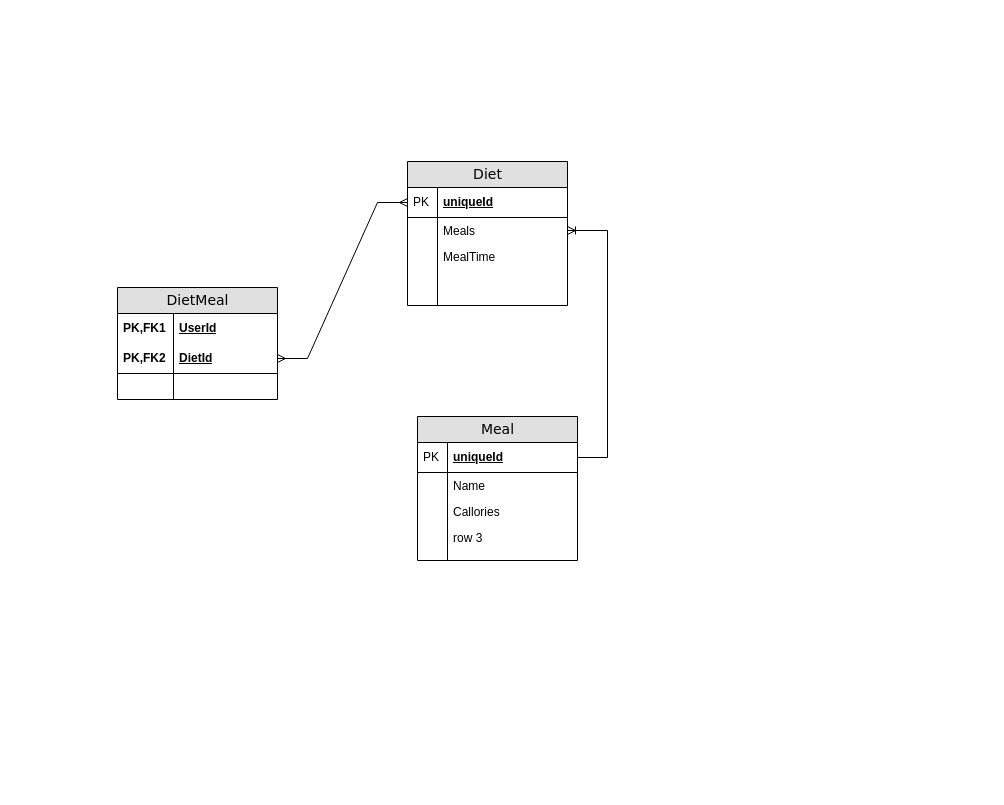
This is otus.csharp.dev/Диаграмма без названия.drawio from lasm16/Diagrams, a draw.io file, before an edit. Source tidied: cells renumbered, new cells numbered last; positions are measured from the earlier drawing's top-left corner, leaving out a move shared by most shapes. Both pictures are drawn from the tidied source at 100%, with x=0, y=0 at pixel (117, 161).
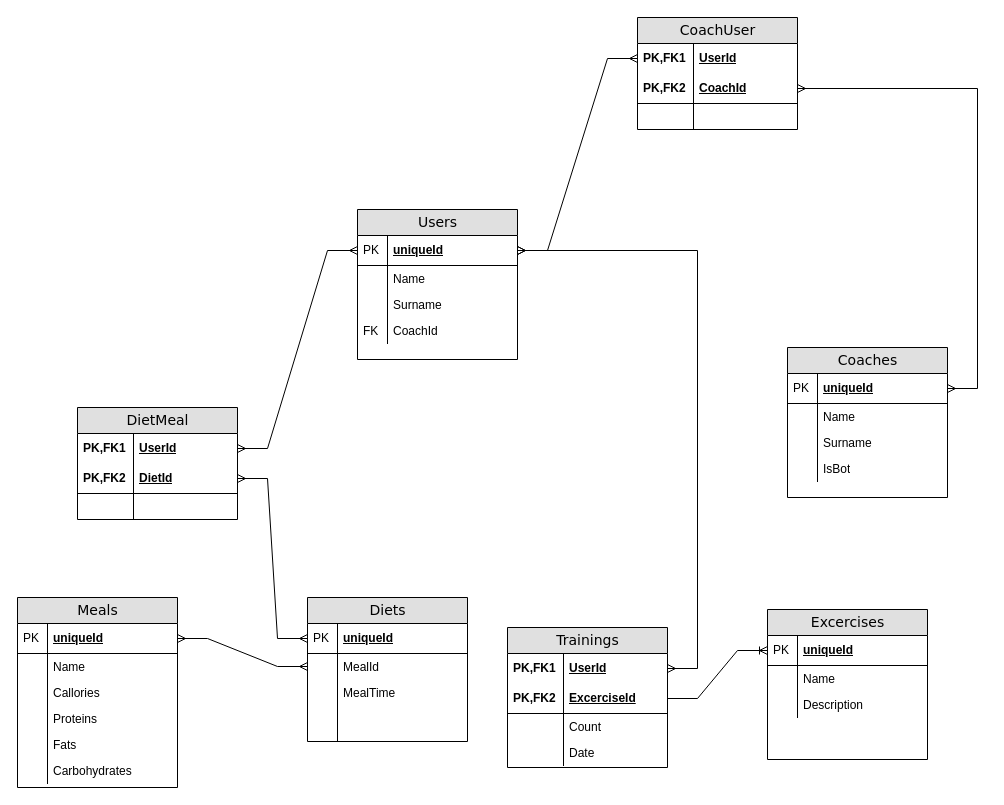
Above is the later version.

The change refers to these unchanged cells:
```xml
<mxCell id="3" value="UserId" style="shape=partialRectangle;top=0;left=0;right=0;bottom=0;html=1;align=left;verticalAlign=middle;fillColor=none;spacingLeft=60;spacingRight=4;whiteSpace=wrap;overflow=hidden;points=[[0,0.5],[1,0.5]];portConstraint=eastwest;fontStyle=5;" parent="2" vertex="1">
  <mxGeometry y="26" width="160" height="30" as="geometry" />
</mxCell>
<mxCell id="5" value="DietId" style="shape=partialRectangle;top=0;left=0;right=0;bottom=1;html=1;align=left;verticalAlign=middle;fillColor=none;spacingLeft=60;spacingRight=4;whiteSpace=wrap;overflow=hidden;points=[[0,0.5],[1,0.5]];portConstraint=eastwest;fontStyle=5;" parent="2" vertex="1">
  <mxGeometry y="56" width="160" height="30" as="geometry" />
</mxCell>
<mxCell id="10" value="uniqueId" style="shape=partialRectangle;top=0;left=0;right=0;bottom=1;html=1;align=left;verticalAlign=middle;fillColor=none;spacingLeft=34;spacingRight=4;whiteSpace=wrap;overflow=hidden;points=[[0,0.5],[1,0.5]];portConstraint=eastwest;fontStyle=5;" parent="9" vertex="1">
  <mxGeometry y="26" width="160" height="30" as="geometry" />
</mxCell>
<mxCell id="19" value="uniqueId" style="shape=partialRectangle;top=0;left=0;right=0;bottom=1;html=1;align=left;verticalAlign=middle;fillColor=none;spacingLeft=34;spacingRight=4;whiteSpace=wrap;overflow=hidden;points=[[0,0.5],[1,0.5]];portConstraint=eastwest;fontStyle=5;" parent="18" vertex="1">
  <mxGeometry y="26" width="160" height="30" as="geometry" />
</mxCell>
```

Diff of the diagram source:
```diff
@@
     <mxCell id="2" value="DietMeal" style="swimlane;html=1;fontStyle=0;horizontal=1;startSize=26;fillColor=#e0e0e0;swimlaneFillColor=#ffffff;align=center;rounded=0;shadow=0;comic=0;labelBackgroundColor=none;strokeWidth=1;fontFamily=Verdana;fontSize=14;" parent="1" vertex="1">
-      <mxGeometry y="126" width="160" height="112" as="geometry" />
+      <mxGeometry x="-40" y="246" width="160" height="112" as="geometry" />
     </mxCell>
@@
-    <mxCell id="9" value="Diet" style="swimlane;html=1;fontStyle=0;horizontal=1;startSize=26;fillColor=#e0e0e0;swimlaneFillColor=#ffffff;align=center;rounded=0;shadow=0;comic=0;labelBackgroundColor=none;strokeWidth=1;fontFamily=Verdana;fontSize=14;swimlaneLine=1;" parent="1" vertex="1">
-      <mxGeometry x="290" width="160" height="144" as="geometry" />
+    <mxCell id="9" value="Diets" style="swimlane;html=1;fontStyle=0;horizontal=1;startSize=26;fillColor=#e0e0e0;swimlaneFillColor=#ffffff;align=center;rounded=0;shadow=0;comic=0;labelBackgroundColor=none;strokeWidth=1;fontFamily=Verdana;fontSize=14;swimlaneLine=1;" parent="1" vertex="1">
+      <mxGeometry x="190" y="436" width="160" height="144" as="geometry" />
     </mxCell>
@@
-    <mxCell id="12" value="Meals" style="shape=partialRectangle;top=0;left=0;right=0;bottom=0;html=1;align=left;verticalAlign=top;fillColor=none;spacingLeft=34;spacingRight=4;whiteSpace=wrap;overflow=hidden;points=[[0,0.5],[1,0.5]];portConstraint=eastwest;" parent="9" vertex="1">
+    <mxCell id="12" value="MealId" style="shape=partialRectangle;top=0;left=0;right=0;bottom=0;html=1;align=left;verticalAlign=top;fillColor=none;spacingLeft=34;spacingRight=4;whiteSpace=wrap;overflow=hidden;points=[[0,0.5],[1,0.5]];portConstraint=eastwest;" parent="9" vertex="1">
       <mxGeometry y="56" width="160" height="26" as="geometry" />
     </mxCell>
@@
+    <mxCell id="30" style="edgeStyle=entityRelationEdgeStyle;fontSize=12;html=1;endArrow=ERmany;startArrow=ERmany;rounded=0;" parent="1" edge="1" source="5" target="10">
+      <mxGeometry relative="1" as="geometry">
+        <Array as="points">
+          <mxPoint x="360" y="86" />
+        </Array>
+      </mxGeometry>
+    </mxCell>
+    <mxCell id="31" value="Users" style="swimlane;html=1;fontStyle=0;horizontal=1;startSize=26;fillColor=#e0e0e0;swimlaneFillColor=#ffffff;align=center;rounded=0;shadow=0;comic=0;labelBackgroundColor=none;strokeWidth=1;fontFamily=Verdana;fontSize=14;swimlaneLine=1;" parent="1" vertex="1">
+      <mxGeometry x="240" y="48" width="160" height="150" as="geometry" />
+    </mxCell>
+    <mxCell id="32" value="uniqueId" style="shape=partialRectangle;top=0;left=0;right=0;bottom=1;html=1;align=left;verticalAlign=middle;fillColor=none;spacingLeft=34;spacingRight=4;whiteSpace=wrap;overflow=hidden;points=[[0,0.5],[1,0.5]];portConstraint=eastwest;fontStyle=5;" parent="31" vertex="1">
+      <mxGeometry y="26" width="160" height="30" as="geometry" />
+    </mxCell>
+    <mxCell id="33" value="PK" style="shape=partialRectangle;top=0;left=0;bottom=0;html=1;fillColor=none;align=left;verticalAlign=middle;spacingLeft=4;spacingRight=4;whiteSpace=wrap;overflow=hidden;" parent="32" vertex="1">
+      <mxGeometry width="30" height="30" as="geometry" />
+    </mxCell>
+    <mxCell id="34" value="Name" style="shape=partialRectangle;top=0;left=0;right=0;bottom=0;html=1;align=left;verticalAlign=top;fillColor=none;spacingLeft=34;spacingRight=4;whiteSpace=wrap;overflow=hidden;" parent="31" vertex="1">
+      <mxGeometry y="56" width="160" height="26" as="geometry" />
+    </mxCell>
+    <mxCell id="35" style="shape=partialRectangle;top=0;left=0;bottom=0;html=1;fillColor=none;align=left;verticalAlign=top;spacingLeft=4;spacingRight=4;whiteSpace=wrap;overflow=hidden;" parent="34" vertex="1">
+      <mxGeometry width="30" height="26" as="geometry" />
+    </mxCell>
+    <mxCell id="36" value="Surname" style="shape=partialRectangle;top=0;left=0;right=0;bottom=0;html=1;align=left;verticalAlign=top;fillColor=none;spacingLeft=34;spacingRight=4;whiteSpace=wrap;overflow=hidden;" parent="31" vertex="1">
+      <mxGeometry y="82" width="160" height="26" as="geometry" />
+    </mxCell>
+    <mxCell id="37" style="shape=partialRectangle;top=0;left=0;bottom=0;html=1;fillColor=none;align=left;verticalAlign=top;spacingLeft=4;spacingRight=4;whiteSpace=wrap;overflow=hidden;" parent="36" vertex="1">
+      <mxGeometry width="30" height="26" as="geometry" />
+    </mxCell>
+    <mxCell id="38" value="CoachId" style="shape=partialRectangle;top=0;left=0;right=0;bottom=0;html=1;align=left;verticalAlign=top;fillColor=none;spacingLeft=34;spacingRight=4;whiteSpace=wrap;overflow=hidden;" parent="31" vertex="1">
+      <mxGeometry y="108" width="160" height="26" as="geometry" />
+    </mxCell>
+    <mxCell id="39" value="FK" style="shape=partialRectangle;top=0;left=0;bottom=0;html=1;fillColor=none;align=left;verticalAlign=top;spacingLeft=4;spacingRight=4;whiteSpace=wrap;overflow=hidden;" parent="38" vertex="1">
+      <mxGeometry width="30" height="26" as="geometry" />
+    </mxCell>
+    <mxCell id="40" value="Excercises" style="swimlane;html=1;fontStyle=0;horizontal=1;startSize=26;fillColor=#e0e0e0;swimlaneFillColor=#ffffff;align=center;rounded=0;shadow=0;comic=0;labelBackgroundColor=none;strokeWidth=1;fontFamily=Verdana;fontSize=14;swimlaneLine=1;" parent="1" vertex="1">
+      <mxGeometry x="650" y="448" width="160" height="150" as="geometry" />
+    </mxCell>
+    <mxCell id="41" value="uniqueId" style="shape=partialRectangle;top=0;left=0;right=0;bottom=1;html=1;align=left;verticalAlign=middle;fillColor=none;spacingLeft=34;spacingRight=4;whiteSpace=wrap;overflow=hidden;points=[[0,0.5],[1,0.5]];portConstraint=eastwest;fontStyle=5;" parent="40" vertex="1">
+      <mxGeometry y="26" width="160" height="30" as="geometry" />
+    </mxCell>
+    <mxCell id="42" value="PK" style="shape=partialRectangle;top=0;left=0;bottom=0;html=1;fillColor=none;align=left;verticalAlign=middle;spacingLeft=4;spacingRight=4;whiteSpace=wrap;overflow=hidden;" parent="41" vertex="1">
+      <mxGeometry width="30" height="30" as="geometry" />
+    </mxCell>
+    <mxCell id="43" value="Name" style="shape=partialRectangle;top=0;left=0;right=0;bottom=0;html=1;align=left;verticalAlign=top;fillColor=none;spacingLeft=34;spacingRight=4;whiteSpace=wrap;overflow=hidden;" parent="40" vertex="1">
+      <mxGeometry y="56" width="160" height="26" as="geometry" />
+    </mxCell>
+    <mxCell id="44" style="shape=partialRectangle;top=0;left=0;bottom=0;html=1;fillColor=none;align=left;verticalAlign=top;spacingLeft=4;spacingRight=4;whiteSpace=wrap;overflow=hidden;" parent="43" vertex="1">
+      <mxGeometry width="30" height="26" as="geometry" />
+    </mxCell>
+    <mxCell id="45" value="Description" style="shape=partialRectangle;top=0;left=0;right=0;bottom=0;html=1;align=left;verticalAlign=top;fillColor=none;spacingLeft=34;spacingRight=4;whiteSpace=wrap;overflow=hidden;" parent="40" vertex="1">
+      <mxGeometry y="82" width="160" height="26" as="geometry" />
+    </mxCell>
+    <mxCell id="46" style="shape=partialRectangle;top=0;left=0;bottom=0;html=1;fillColor=none;align=left;verticalAlign=top;spacingLeft=4;spacingRight=4;whiteSpace=wrap;overflow=hidden;" parent="45" vertex="1">
+      <mxGeometry width="30" height="26" as="geometry" />
+    </mxCell>
+    <mxCell id="47" value="Trainings" style="swimlane;html=1;fontStyle=0;horizontal=1;startSize=26;fillColor=#e0e0e0;swimlaneFillColor=#ffffff;align=center;rounded=0;shadow=0;comic=0;labelBackgroundColor=none;strokeWidth=1;fontFamily=Verdana;fontSize=14;" parent="1" vertex="1">
+      <mxGeometry x="390" y="466" width="160" height="140" as="geometry" />
+    </mxCell>
+    <mxCell id="48" value="UserId" style="shape=partialRectangle;top=0;left=0;right=0;bottom=0;html=1;align=left;verticalAlign=middle;fillColor=none;spacingLeft=60;spacingRight=4;whiteSpace=wrap;overflow=hidden;points=[[0,0.5],[1,0.5]];portConstraint=eastwest;fontStyle=5;" parent="47" vertex="1">
+      <mxGeometry y="26" width="160" height="30" as="geometry" />
+    </mxCell>
+    <mxCell id="49" value="PK,FK1" style="shape=partialRectangle;fontStyle=1;top=0;left=0;bottom=0;html=1;fillColor=none;align=left;verticalAlign=middle;spacingLeft=4;spacingRight=4;whiteSpace=wrap;overflow=hidden;" parent="48" vertex="1">
+      <mxGeometry width="56" height="30" as="geometry" />
+    </mxCell>
+    <mxCell id="50" value="&lt;span style=&quot;text-align: center; text-wrap-mode: nowrap;&quot;&gt;&lt;font face=&quot;Helvetica&quot; style=&quot;&quot;&gt;ExcerciseId&lt;/font&gt;&lt;/span&gt;" style="shape=partialRectangle;top=0;left=0;right=0;bottom=1;html=1;align=left;verticalAlign=middle;fillColor=none;spacingLeft=60;spacingRight=4;whiteSpace=wrap;overflow=hidden;points=[[0,0.5],[1,0.5]];portConstraint=eastwest;fontStyle=5;" parent="47" vertex="1">
+      <mxGeometry y="56" width="160" height="30" as="geometry" />
+    </mxCell>
+    <mxCell id="51" value="PK,FK2" style="shape=partialRectangle;fontStyle=1;top=0;left=0;bottom=0;html=1;fillColor=none;align=left;verticalAlign=middle;spacingLeft=4;spacingRight=4;whiteSpace=wrap;overflow=hidden;" parent="50" vertex="1">
+      <mxGeometry width="56" height="30" as="geometry" />
+    </mxCell>
+    <mxCell id="52" value="Count" style="shape=partialRectangle;top=0;left=0;right=0;bottom=0;html=1;align=left;verticalAlign=top;fillColor=none;spacingLeft=60;spacingRight=4;whiteSpace=wrap;overflow=hidden;" parent="47" vertex="1">
+      <mxGeometry y="86" width="160" height="26" as="geometry" />
+    </mxCell>
+    <mxCell id="53" style="shape=partialRectangle;top=0;left=0;bottom=0;html=1;fillColor=none;align=left;verticalAlign=top;spacingLeft=4;spacingRight=4;whiteSpace=wrap;overflow=hidden;" parent="52" vertex="1">
+      <mxGeometry width="56" height="26" as="geometry" />
+    </mxCell>
+    <mxCell id="54" value="Date" style="shape=partialRectangle;top=0;left=0;right=0;bottom=0;html=1;align=left;verticalAlign=top;fillColor=none;spacingLeft=60;spacingRight=4;whiteSpace=wrap;overflow=hidden;" parent="47" vertex="1">
+      <mxGeometry y="112" width="160" height="26" as="geometry" />
+    </mxCell>
+    <mxCell id="55" style="shape=partialRectangle;top=0;left=0;bottom=0;html=1;fillColor=none;align=left;verticalAlign=top;spacingLeft=4;spacingRight=4;whiteSpace=wrap;overflow=hidden;" parent="54" vertex="1">
+      <mxGeometry width="56" height="26" as="geometry" />
+    </mxCell>
+    <mxCell id="56" value="Coaches" style="swimlane;html=1;fontStyle=0;horizontal=1;startSize=26;fillColor=#e0e0e0;swimlaneFillColor=#ffffff;align=center;rounded=0;shadow=0;comic=0;labelBackgroundColor=none;strokeWidth=1;fontFamily=Verdana;fontSize=14;swimlaneLine=1;" parent="1" vertex="1">
+      <mxGeometry x="670" y="186" width="160" height="150" as="geometry" />
+    </mxCell>
+    <mxCell id="57" value="uniqueId" style="shape=partialRectangle;top=0;left=0;right=0;bottom=1;html=1;align=left;verticalAlign=middle;fillColor=none;spacingLeft=34;spacingRight=4;whiteSpace=wrap;overflow=hidden;points=[[0,0.5],[1,0.5]];portConstraint=eastwest;fontStyle=5;" parent="56" vertex="1">
+      <mxGeometry y="26" width="160" height="30" as="geometry" />
+    </mxCell>
+    <mxCell id="58" value="PK" style="shape=partialRectangle;top=0;left=0;bottom=0;html=1;fillColor=none;align=left;verticalAlign=middle;spacingLeft=4;spacingRight=4;whiteSpace=wrap;overflow=hidden;" parent="57" vertex="1">
+      <mxGeometry width="30" height="30" as="geometry" />
+    </mxCell>
+    <mxCell id="59" value="Name" style="shape=partialRectangle;top=0;left=0;right=0;bottom=0;html=1;align=left;verticalAlign=top;fillColor=none;spacingLeft=34;spacingRight=4;whiteSpace=wrap;overflow=hidden;" parent="56" vertex="1">
+      <mxGeometry y="56" width="160" height="26" as="geometry" />
+    </mxCell>
+    <mxCell id="60" style="shape=partialRectangle;top=0;left=0;bottom=0;html=1;fillColor=none;align=left;verticalAlign=top;spacingLeft=4;spacingRight=4;whiteSpace=wrap;overflow=hidden;" parent="59" vertex="1">
+      <mxGeometry width="30" height="26" as="geometry" />
+    </mxCell>
+    <mxCell id="61" value="Surname" style="shape=partialRectangle;top=0;left=0;right=0;bottom=0;html=1;align=left;verticalAlign=top;fillColor=none;spacingLeft=34;spacingRight=4;whiteSpace=wrap;overflow=hidden;" parent="56" vertex="1">
+      <mxGeometry y="82" width="160" height="26" as="geometry" />
+    </mxCell>
+    <mxCell id="62" style="shape=partialRectangle;top=0;left=0;bottom=0;html=1;fillColor=none;align=left;verticalAlign=top;spacingLeft=4;spacingRight=4;whiteSpace=wrap;overflow=hidden;" parent="61" vertex="1">
+      <mxGeometry width="30" height="26" as="geometry" />
+    </mxCell>
+    <mxCell id="63" value="IsBot" style="shape=partialRectangle;top=0;left=0;right=0;bottom=0;html=1;align=left;verticalAlign=top;fillColor=none;spacingLeft=34;spacingRight=4;whiteSpace=wrap;overflow=hidden;" parent="56" vertex="1">
+      <mxGeometry y="108" width="160" height="26" as="geometry" />
+    </mxCell>
+    <mxCell id="64" style="shape=partialRectangle;top=0;left=0;bottom=0;html=1;fillColor=none;align=left;verticalAlign=top;spacingLeft=4;spacingRight=4;whiteSpace=wrap;overflow=hidden;" parent="63" vertex="1">
+      <mxGeometry width="30" height="26" as="geometry" />
+    </mxCell>
+    <mxCell id="65" value="CoachUser" style="swimlane;html=1;fontStyle=0;horizontal=1;startSize=26;fillColor=#e0e0e0;swimlaneFillColor=#ffffff;align=center;rounded=0;shadow=0;comic=0;labelBackgroundColor=none;strokeWidth=1;fontFamily=Verdana;fontSize=14;" parent="1" vertex="1">
+      <mxGeometry x="520" y="-144" width="160" height="112" as="geometry" />
+    </mxCell>
+    <mxCell id="66" value="UserId" style="shape=partialRectangle;top=0;left=0;right=0;bottom=0;html=1;align=left;verticalAlign=middle;fillColor=none;spacingLeft=60;spacingRight=4;whiteSpace=wrap;overflow=hidden;points=[[0,0.5],[1,0.5]];portConstraint=eastwest;fontStyle=5;" parent="65" vertex="1">
+      <mxGeometry y="26" width="160" height="30" as="geometry" />
+    </mxCell>
+    <mxCell id="67" value="PK,FK1" style="shape=partialRectangle;fontStyle=1;top=0;left=0;bottom=0;html=1;fillColor=none;align=left;verticalAlign=middle;spacingLeft=4;spacingRight=4;whiteSpace=wrap;overflow=hidden;" parent="66" vertex="1">
+      <mxGeometry width="56" height="30" as="geometry" />
+    </mxCell>
+    <mxCell id="68" value="CoachId" style="shape=partialRectangle;top=0;left=0;right=0;bottom=1;html=1;align=left;verticalAlign=middle;fillColor=none;spacingLeft=60;spacingRight=4;whiteSpace=wrap;overflow=hidden;points=[[0,0.5],[1,0.5]];portConstraint=eastwest;fontStyle=5;" parent="65" vertex="1">
+      <mxGeometry y="56" width="160" height="30" as="geometry" />
+    </mxCell>
+    <mxCell id="69" value="PK,FK2" style="shape=partialRectangle;fontStyle=1;top=0;left=0;bottom=0;html=1;fillColor=none;align=left;verticalAlign=middle;spacingLeft=4;spacingRight=4;whiteSpace=wrap;overflow=hidden;" parent="68" vertex="1">
+      <mxGeometry width="56" height="30" as="geometry" />
+    </mxCell>
+    <mxCell id="70" style="shape=partialRectangle;top=0;left=0;right=0;bottom=0;html=1;align=left;verticalAlign=top;fillColor=none;spacingLeft=60;spacingRight=4;whiteSpace=wrap;overflow=hidden;" parent="65" vertex="1">
+      <mxGeometry y="86" width="160" height="26" as="geometry" />
+    </mxCell>
+    <mxCell id="71" style="shape=partialRectangle;top=0;left=0;bottom=0;html=1;fillColor=none;align=left;verticalAlign=top;spacingLeft=4;spacingRight=4;whiteSpace=wrap;overflow=hidden;" parent="70" vertex="1">
+      <mxGeometry width="56" height="26" as="geometry" />
+    </mxCell>
-    <mxCell id="18" value="Meal" style="swimlane;html=1;fontStyle=0;horizontal=1;startSize=26;fillColor=#e0e0e0;swimlaneFillColor=#ffffff;align=center;rounded=0;shadow=0;comic=0;labelBackgroundColor=none;strokeWidth=1;fontFamily=Verdana;fontSize=14;" parent="1" vertex="1">
-      <mxGeometry x="300" y="255" width="160" height="144" as="geometry" />
+    <mxCell id="18" value="Meals" style="swimlane;html=1;fontStyle=0;horizontal=1;startSize=26;fillColor=#e0e0e0;swimlaneFillColor=#ffffff;align=center;rounded=0;shadow=0;comic=0;labelBackgroundColor=none;strokeWidth=1;fontFamily=Verdana;fontSize=14;" parent="1" vertex="1">
+      <mxGeometry x="-100" y="436" width="160" height="190" as="geometry" />
     </mxCell>
@@
-    <mxCell id="25" value="row 3" style="shape=partialRectangle;top=0;left=0;right=0;bottom=0;html=1;align=left;verticalAlign=top;fillColor=none;spacingLeft=34;spacingRight=4;whiteSpace=wrap;overflow=hidden;" parent="18" vertex="1">
-      <mxGeometry y="108" width="160" height="26" as="geometry" />
-    </mxCell>
-    <mxCell id="26" style="shape=partialRectangle;top=0;left=0;bottom=0;html=1;fillColor=none;align=left;verticalAlign=top;spacingLeft=4;spacingRight=4;whiteSpace=wrap;overflow=hidden;" parent="25" vertex="1">
-      <mxGeometry width="30" height="26" as="geometry" />
-    </mxCell>
-    <mxCell id="27" style="shape=partialRectangle;top=0;left=0;right=0;bottom=0;html=1;align=left;verticalAlign=top;fillColor=none;spacingLeft=34;spacingRight=4;whiteSpace=wrap;overflow=hidden;" parent="18" vertex="1">
-      <mxGeometry y="134" width="160" height="10" as="geometry" />
-    </mxCell>
-    <mxCell id="28" style="shape=partialRectangle;top=0;left=0;bottom=0;html=1;fillColor=none;align=left;verticalAlign=top;spacingLeft=4;spacingRight=4;whiteSpace=wrap;overflow=hidden;" parent="27" vertex="1">
-      <mxGeometry width="30" height="10" as="geometry" />
-    </mxCell>
-    <mxCell id="29" style="edgeStyle=entityRelationEdgeStyle;fontSize=12;html=1;endArrow=ERoneToMany;rounded=0;" parent="1" edge="1" target="12">
-      <mxGeometry relative="1" as="geometry">
-        <mxPoint x="460" y="296" as="sourcePoint" />
-      </mxGeometry>
-    </mxCell>
-    <mxCell id="30" style="edgeStyle=entityRelationEdgeStyle;fontSize=12;html=1;endArrow=ERmany;startArrow=ERmany;rounded=0;" parent="1" edge="1" source="5" target="10">
-      <mxGeometry relative="1" as="geometry">
-        <Array as="points">
-          <mxPoint x="360" y="86" />
-        </Array>
-      </mxGeometry>
-    </mxCell>
+    <mxCell id="72" value="Proteins" style="shape=partialRectangle;top=0;left=0;right=0;bottom=0;html=1;align=left;verticalAlign=top;fillColor=none;spacingLeft=34;spacingRight=4;whiteSpace=wrap;overflow=hidden;" parent="18" vertex="1">
+      <mxGeometry y="108" width="160" height="26" as="geometry" />
+    </mxCell>
+    <mxCell id="73" style="shape=partialRectangle;top=0;left=0;bottom=0;html=1;fillColor=none;align=left;verticalAlign=top;spacingLeft=4;spacingRight=4;whiteSpace=wrap;overflow=hidden;" parent="72" vertex="1">
+      <mxGeometry width="30" height="26" as="geometry" />
+    </mxCell>
+    <mxCell id="74" value="Fats" style="shape=partialRectangle;top=0;left=0;right=0;bottom=0;html=1;align=left;verticalAlign=top;fillColor=none;spacingLeft=34;spacingRight=4;whiteSpace=wrap;overflow=hidden;" parent="18" vertex="1">
+      <mxGeometry y="134" width="160" height="26" as="geometry" />
+    </mxCell>
+    <mxCell id="75" style="shape=partialRectangle;top=0;left=0;bottom=0;html=1;fillColor=none;align=left;verticalAlign=top;spacingLeft=4;spacingRight=4;whiteSpace=wrap;overflow=hidden;" parent="74" vertex="1">
+      <mxGeometry width="30" height="26" as="geometry" />
+    </mxCell>
+    <mxCell id="76" value="Carbohydrates" style="shape=partialRectangle;top=0;left=0;right=0;bottom=0;html=1;align=left;verticalAlign=top;fillColor=none;spacingLeft=34;spacingRight=4;whiteSpace=wrap;overflow=hidden;" parent="18" vertex="1">
+      <mxGeometry y="160" width="160" height="26" as="geometry" />
+    </mxCell>
+    <mxCell id="77" style="shape=partialRectangle;top=0;left=0;bottom=0;html=1;fillColor=none;align=left;verticalAlign=top;spacingLeft=4;spacingRight=4;whiteSpace=wrap;overflow=hidden;" parent="76" vertex="1">
+      <mxGeometry width="30" height="26" as="geometry" />
+    </mxCell>
+    <mxCell id="78" style="edgeStyle=entityRelationEdgeStyle;fontSize=12;html=1;endArrow=ERmany;startArrow=ERmany;rounded=0;" parent="1" edge="1" source="32" target="66">
+      <mxGeometry relative="1" as="geometry" />
+    </mxCell>
+    <mxCell id="79" style="edgeStyle=entityRelationEdgeStyle;fontSize=12;html=1;endArrow=ERmany;startArrow=ERmany;rounded=0;" parent="1" edge="1" source="68" target="57">
+      <mxGeometry relative="1" as="geometry" />
+    </mxCell>
+    <mxCell id="80" style="edgeStyle=entityRelationEdgeStyle;fontSize=12;html=1;endArrow=ERoneToMany;rounded=0;" parent="1" edge="1" source="50" target="41">
+      <mxGeometry relative="1" as="geometry" />
+    </mxCell>
+    <mxCell id="81" style="edgeStyle=entityRelationEdgeStyle;fontSize=12;html=1;endArrow=ERmany;startArrow=ERmany;rounded=0;" parent="1" edge="1" source="48" target="32">
+      <mxGeometry relative="1" as="geometry" />
+    </mxCell>
+    <mxCell id="82" style="edgeStyle=entityRelationEdgeStyle;fontSize=12;html=1;endArrow=ERmany;startArrow=ERmany;rounded=0;" parent="1" edge="1" source="3" target="32">
+      <mxGeometry relative="1" as="geometry" />
+    </mxCell>
+    <mxCell id="83" style="edgeStyle=entityRelationEdgeStyle;fontSize=12;html=1;endArrow=ERmany;startArrow=ERmany;rounded=0;" parent="1" edge="1" source="19" target="12">
+      <mxGeometry relative="1" as="geometry" />
+    </mxCell>
```
